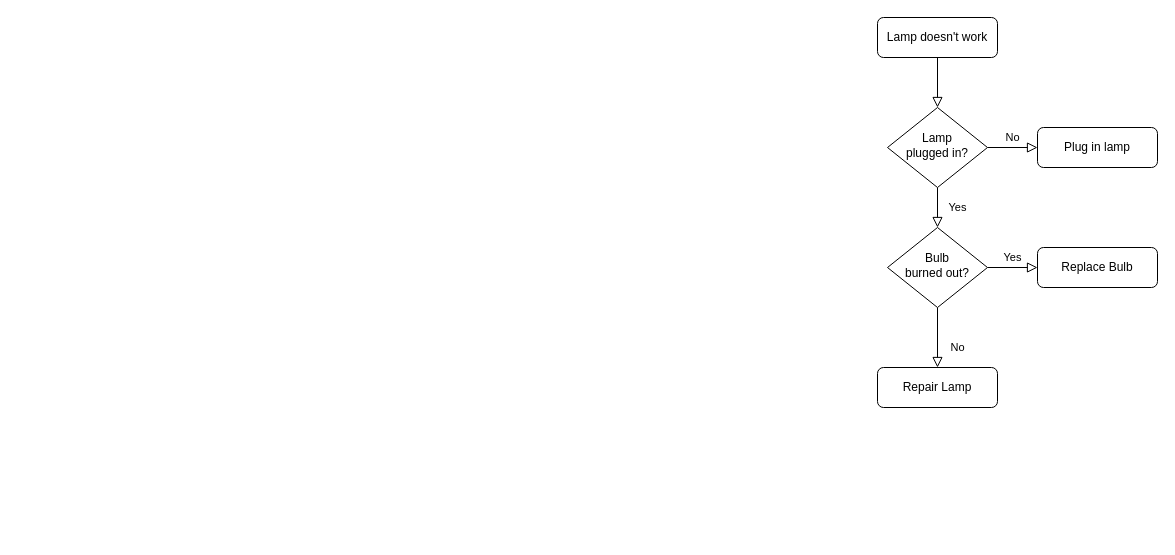
Earlier version of the draw.io diagram SPIFlowChart.drawio (lukas0173/Draw.io). Source tidied: cells renumbered, new cells numbered last; positions are measured from the earlier drawing's top-left corner, leaving out a move shared by most shapes. Both pictures are drawn from the tidied source at 100%, with x=0, y=0 at pixel (877, 17).
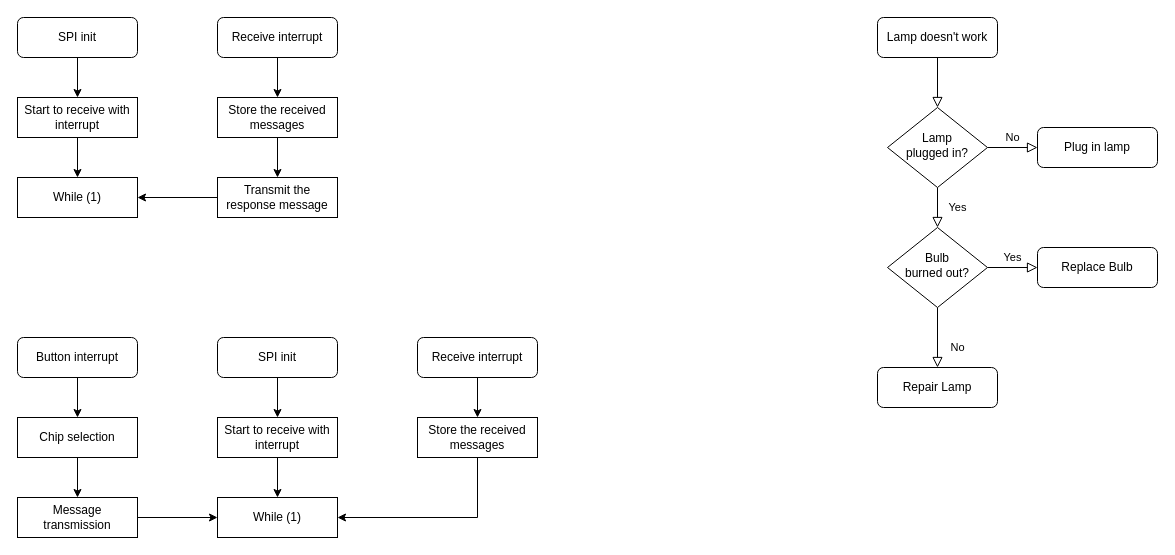
The same page after the edit.

What changed in the source:
```diff
@@
+    <mxCell id="13" style="edgeStyle=orthogonalEdgeStyle;rounded=0;jettySize=auto;html=1;" parent="1" edge="1" source="14" target="16">
+      <mxGeometry relative="1" as="geometry" />
+    </mxCell>
+    <mxCell id="14" value="SPI init" style="rounded=1;whiteSpace=wrap;html=1;fontSize=12;glass=0;strokeWidth=1;shadow=0;" parent="1" vertex="1">
+      <mxGeometry x="-860" width="120" height="40" as="geometry" />
+    </mxCell>
+    <mxCell id="15" style="edgeStyle=orthogonalEdgeStyle;rounded=0;jettySize=auto;html=1;" parent="1" edge="1" source="16" target="17">
+      <mxGeometry relative="1" as="geometry" />
+    </mxCell>
+    <mxCell id="16" value="Start to receive with interrupt" style="rounded=0;whiteSpace=wrap;html=1;fontSize=12;glass=0;strokeWidth=1;shadow=0;" parent="1" vertex="1">
+      <mxGeometry x="-860" y="80" width="120" height="40" as="geometry" />
+    </mxCell>
+    <mxCell id="17" value="While (1)" style="rounded=0;whiteSpace=wrap;html=1;fontSize=12;glass=0;strokeWidth=1;shadow=0;" parent="1" vertex="1">
+      <mxGeometry x="-860" y="160" width="120" height="40" as="geometry" />
+    </mxCell>
+    <mxCell id="18" style="edgeStyle=orthogonalEdgeStyle;rounded=0;jettySize=auto;html=1;" parent="1" edge="1" source="19" target="21">
+      <mxGeometry relative="1" as="geometry" />
+    </mxCell>
+    <mxCell id="19" value="Receive interrupt" style="rounded=1;whiteSpace=wrap;html=1;fontSize=12;glass=0;strokeWidth=1;shadow=0;" parent="1" vertex="1">
+      <mxGeometry x="-660" width="120" height="40" as="geometry" />
+    </mxCell>
+    <mxCell id="20" style="edgeStyle=orthogonalEdgeStyle;rounded=0;jettySize=auto;html=1;" parent="1" edge="1" source="21" target="23">
+      <mxGeometry relative="1" as="geometry" />
+    </mxCell>
+    <mxCell id="21" value="Store the received messages" style="rounded=0;whiteSpace=wrap;html=1;fontSize=12;glass=0;strokeWidth=1;shadow=0;" parent="1" vertex="1">
+      <mxGeometry x="-660" y="80" width="120" height="40" as="geometry" />
+    </mxCell>
+    <mxCell id="22" style="edgeStyle=orthogonalEdgeStyle;rounded=0;jettySize=auto;html=1;entryX=1;entryY=0.5;entryDx=0;entryDy=0;" parent="1" edge="1" source="23" target="17">
+      <mxGeometry relative="1" as="geometry" />
+    </mxCell>
+    <mxCell id="23" value="Transmit the response message" style="rounded=0;whiteSpace=wrap;html=1;fontSize=12;glass=0;strokeWidth=1;shadow=0;" parent="1" vertex="1">
+      <mxGeometry x="-660" y="160" width="120" height="40" as="geometry" />
+    </mxCell>
+    <mxCell id="24" style="edgeStyle=orthogonalEdgeStyle;rounded=0;jettySize=auto;html=1;" parent="1" edge="1" source="25" target="27">
+      <mxGeometry relative="1" as="geometry" />
+    </mxCell>
+    <mxCell id="25" value="SPI init" style="rounded=1;whiteSpace=wrap;html=1;fontSize=12;glass=0;strokeWidth=1;shadow=0;" parent="1" vertex="1">
+      <mxGeometry x="-660" y="320" width="120" height="40" as="geometry" />
+    </mxCell>
+    <mxCell id="26" style="edgeStyle=orthogonalEdgeStyle;rounded=0;jettySize=auto;html=1;" parent="1" edge="1" source="27" target="28">
+      <mxGeometry relative="1" as="geometry" />
+    </mxCell>
+    <mxCell id="27" value="Start to receive with interrupt" style="rounded=0;whiteSpace=wrap;html=1;fontSize=12;glass=0;strokeWidth=1;shadow=0;" parent="1" vertex="1">
+      <mxGeometry x="-660" y="400" width="120" height="40" as="geometry" />
+    </mxCell>
+    <mxCell id="28" value="While (1)" style="rounded=0;whiteSpace=wrap;html=1;fontSize=12;glass=0;strokeWidth=1;shadow=0;" parent="1" vertex="1">
+      <mxGeometry x="-660" y="480" width="120" height="40" as="geometry" />
+    </mxCell>
+    <mxCell id="29" style="edgeStyle=orthogonalEdgeStyle;rounded=0;jettySize=auto;html=1;" parent="1" edge="1" source="30" target="32">
+      <mxGeometry relative="1" as="geometry" />
+    </mxCell>
+    <mxCell id="30" value="Receive interrupt" style="rounded=1;whiteSpace=wrap;html=1;fontSize=12;glass=0;strokeWidth=1;shadow=0;" parent="1" vertex="1">
+      <mxGeometry x="-460" y="320" width="120" height="40" as="geometry" />
+    </mxCell>
+    <mxCell id="31" style="edgeStyle=orthogonalEdgeStyle;rounded=0;jettySize=auto;html=1;entryX=1;entryY=0.5;entryDx=0;entryDy=0;" parent="1" edge="1" source="32" target="28">
+      <mxGeometry relative="1" as="geometry">
+        <Array as="points">
+          <mxPoint x="-400" y="500" />
+        </Array>
+      </mxGeometry>
+    </mxCell>
+    <mxCell id="32" value="Store the received messages" style="rounded=0;whiteSpace=wrap;html=1;fontSize=12;glass=0;strokeWidth=1;shadow=0;" parent="1" vertex="1">
+      <mxGeometry x="-460" y="400" width="120" height="40" as="geometry" />
+    </mxCell>
+    <mxCell id="33" style="edgeStyle=orthogonalEdgeStyle;rounded=0;jettySize=auto;html=1;" parent="1" edge="1" source="34" target="36">
+      <mxGeometry relative="1" as="geometry" />
+    </mxCell>
+    <mxCell id="34" value="Button interrupt" style="rounded=1;whiteSpace=wrap;html=1;fontSize=12;glass=0;strokeWidth=1;shadow=0;" parent="1" vertex="1">
+      <mxGeometry x="-860" y="320" width="120" height="40" as="geometry" />
+    </mxCell>
+    <mxCell id="35" style="edgeStyle=orthogonalEdgeStyle;rounded=0;jettySize=auto;html=1;" parent="1" edge="1" source="36" target="38">
+      <mxGeometry relative="1" as="geometry" />
+    </mxCell>
+    <mxCell id="36" value="Chip selection" style="rounded=0;whiteSpace=wrap;html=1;fontSize=12;glass=0;strokeWidth=1;shadow=0;" parent="1" vertex="1">
+      <mxGeometry x="-860" y="400" width="120" height="40" as="geometry" />
+    </mxCell>
+    <mxCell id="37" style="edgeStyle=orthogonalEdgeStyle;rounded=0;jettySize=auto;html=1;entryX=0;entryY=0.5;entryDx=0;entryDy=0;" parent="1" edge="1" source="38" target="28">
+      <mxGeometry relative="1" as="geometry" />
+    </mxCell>
+    <mxCell id="38" value="Message transmission" style="rounded=0;whiteSpace=wrap;html=1;fontSize=12;glass=0;strokeWidth=1;shadow=0;" parent="1" vertex="1">
+      <mxGeometry x="-860" y="480" width="120" height="40" as="geometry" />
+    </mxCell>
```
